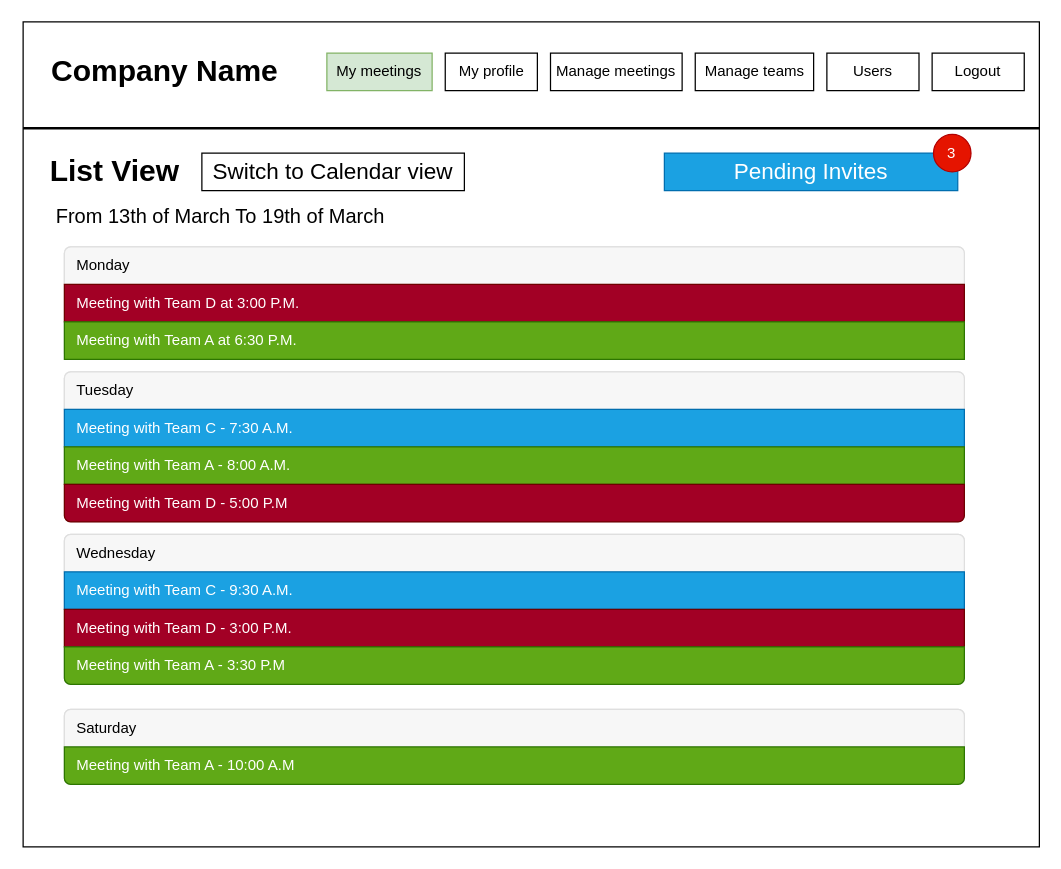
Before: Dokumentáció/DrawIO files/my_meetings_list.drawio in gyorkistamas/afp2-2023-tavasz-stopinventing, a draw.io diagram. Source tidied: cells renumbered, new cells numbered last; positions are measured from the earlier drawing's top-left corner, leaving out a move shared by most shapes. Both pictures are drawn from the tidied source at 125%, with x=0, y=0 at pixel (22, 21).
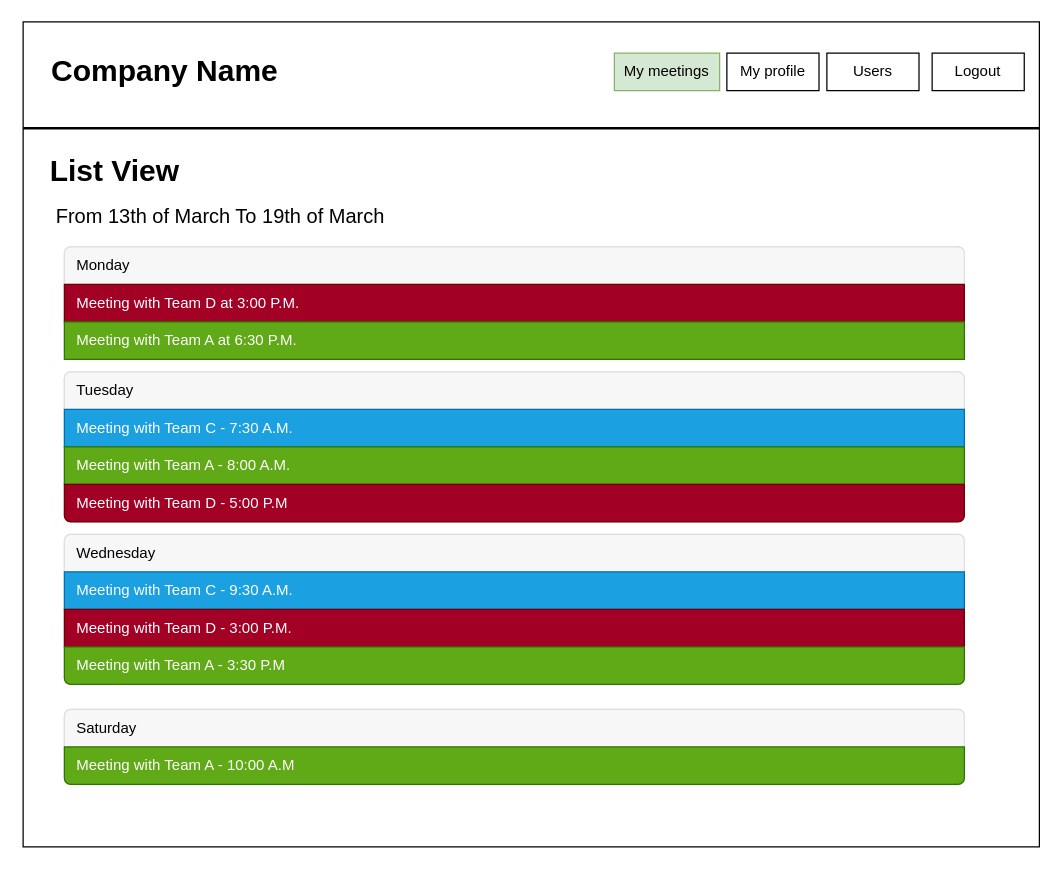
Above is the later version.

Change to the diagram source:
```diff
@@
-    <mxCell id="7" value="Manage teams" style="rounded=0;whiteSpace=wrap;html=1;" parent="1" vertex="1">
-      <mxGeometry x="537.7" y="25" width="94.7" height="30" as="geometry" />
-    </mxCell>
-    <mxCell id="8" value="Manage meetings" style="rounded=0;whiteSpace=wrap;html=1;" parent="1" vertex="1">
-      <mxGeometry x="421.9" y="25" width="105.3" height="30" as="geometry" />
-    </mxCell>
     <mxCell id="9" value="My profile" style="rounded=0;whiteSpace=wrap;html=1;" parent="1" vertex="1">
-      <mxGeometry x="337.7" y="25" width="73.7" height="30" as="geometry" />
+      <mxGeometry x="563" y="25" width="73.7" height="30" as="geometry" />
     </mxCell>
     <mxCell id="10" value="My meetings" style="rounded=0;whiteSpace=wrap;html=1;fillColor=#d5e8d4;strokeColor=#82b366;" parent="1" vertex="1">
-      <mxGeometry x="243" y="25" width="84.2" height="30" as="geometry" />
+      <mxGeometry x="473" y="25" width="84.2" height="30" as="geometry" />
     </mxCell>
@@
-    <mxCell id="30" value="&lt;font style=&quot;font-size: 18px;&quot;&gt;Switch to Calendar view&lt;/font&gt;" style="rounded=0;whiteSpace=wrap;html=1;" parent="1" vertex="1">
-      <mxGeometry x="143" y="105" width="210" height="30" as="geometry" />
-    </mxCell>
-    <mxCell id="31" style="group;" parent="1" vertex="1">
-      <mxGeometry x="553" y="90" width="205.3" height="45" as="geometry" />
-    </mxCell>
-    <mxCell id="32" value="&lt;font style=&quot;font-size: 18px;&quot;&gt;Pending Invites&lt;/font&gt;" style="rounded=0;whiteSpace=wrap;html=1;fillColor=#1ba1e2;fontColor=#ffffff;strokeColor=#006EAF;" parent="31" vertex="1">
-      <mxGeometry x="-40" y="15" width="234.7" height="30" as="geometry" />
-    </mxCell>
-    <mxCell id="33" value="3" style="ellipse;whiteSpace=wrap;html=1;fillColor=#e51400;fontColor=#ffffff;strokeColor=#B20000;" parent="31" vertex="1">
-      <mxGeometry x="175.3" width="30" height="30" as="geometry" />
-    </mxCell>
```
